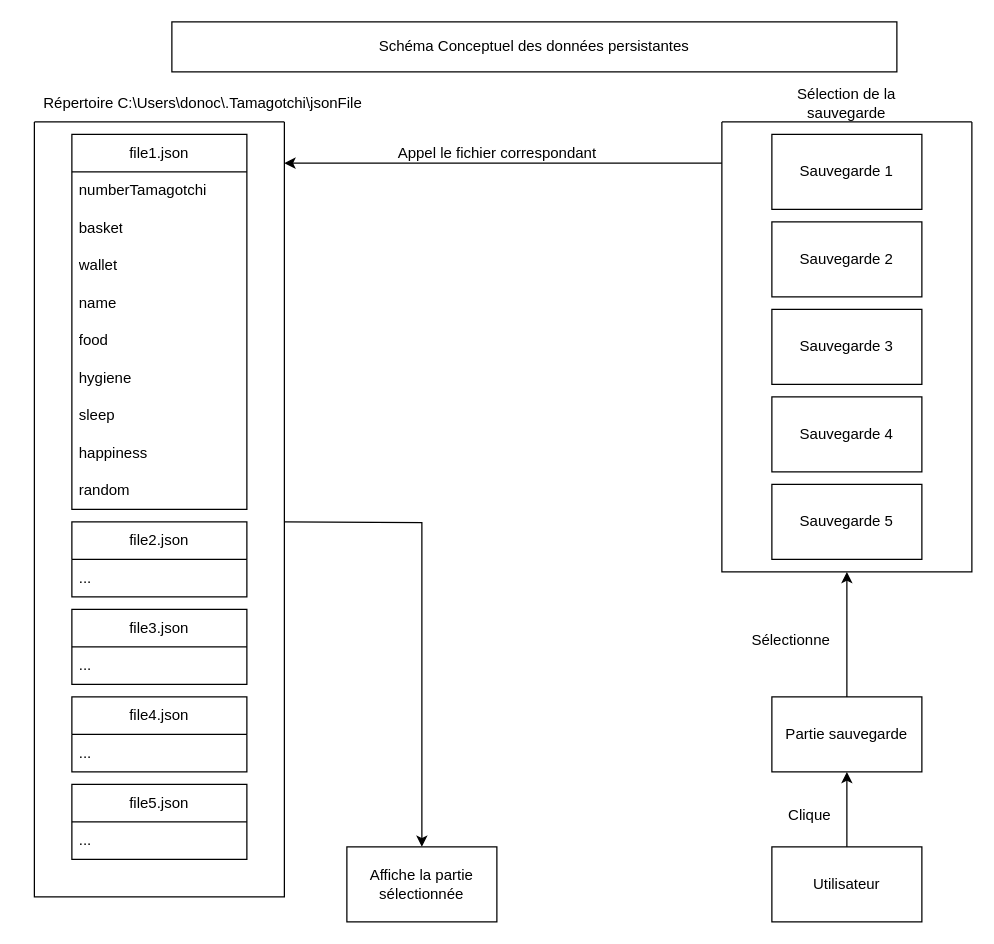
Before: SchemaConceptuelPersistanceData.drawio in BMaurice56/Tamagotchi, a draw.io diagram. Source tidied: cells renumbered, new cells numbered last; positions are measured from the earlier drawing's top-left corner, leaving out a move shared by most shapes. Both pictures are drawn from the tidied source at 125%, with x=0, y=0 at pixel (21, 21).
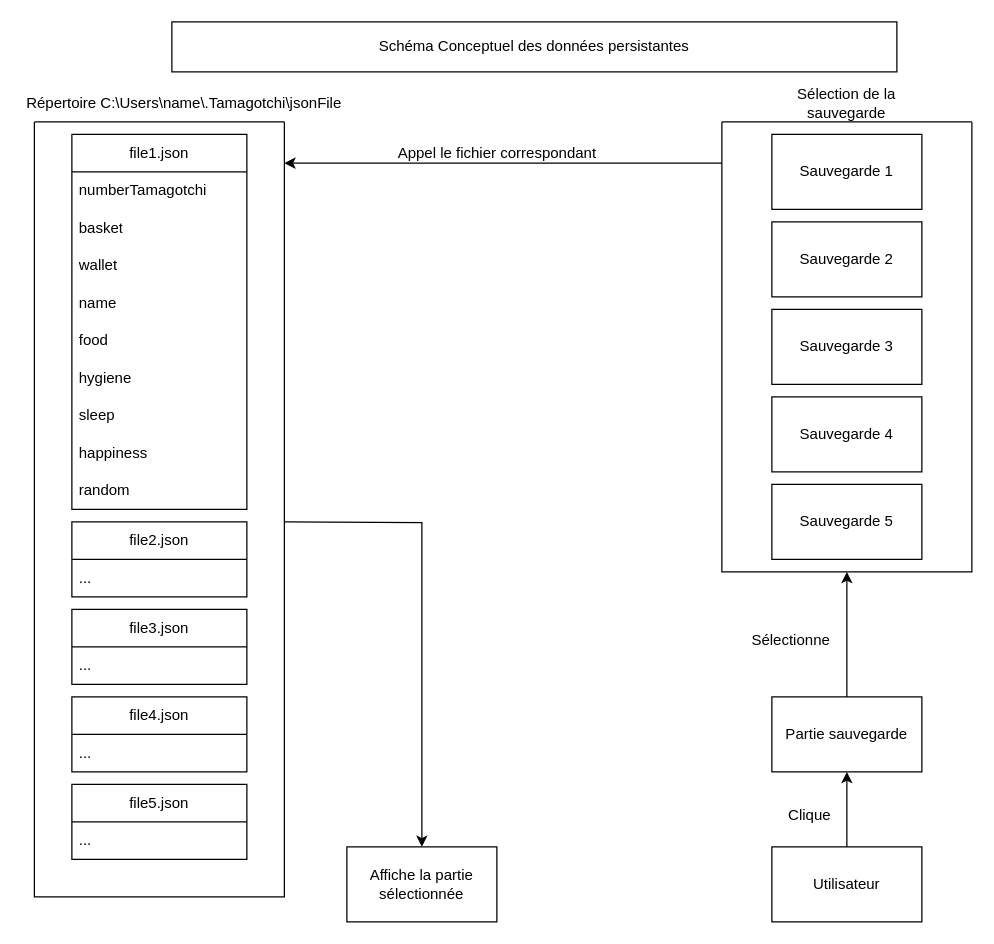
The same diagram, later.

Commit message:
Mettre à jour SchemaConceptuelPersistanceData.drawio

The edit, as a diff of the source:
```diff
@@
-    <mxCell id="23" value="Répertoire&amp;nbsp;C:\Users\donoc\.Tamagotchi\jsonFile" style="text;html=1;strokeColor=none;fillColor=none;align=center;verticalAlign=middle;whiteSpace=wrap;rounded=0;" parent="1" vertex="1">
-      <mxGeometry y="50" width="290" height="30" as="geometry" />
+    <mxCell id="23" value="Répertoire&amp;nbsp;C:\Users\name\.Tamagotchi\jsonFile" style="text;html=1;strokeColor=none;fillColor=none;align=center;verticalAlign=middle;whiteSpace=wrap;rounded=0;" parent="1" vertex="1">
+      <mxGeometry y="50" width="260" height="30" as="geometry" />
     </mxCell>
```
